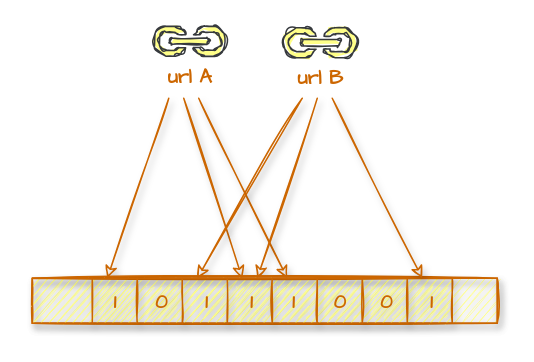
The draw.io diagram page "bloomfilter" (2 of 3) of res/design.drawio in vincent-scw/mysearchengine, before the edit. Source tidied: cells renumbered, new cells numbered last; positions are measured from the earlier drawing's top-left corner, leaving out a move shared by most shapes. Both pictures are drawn from the tidied source at 150%, with x=0, y=0 at pixel (32, 26).
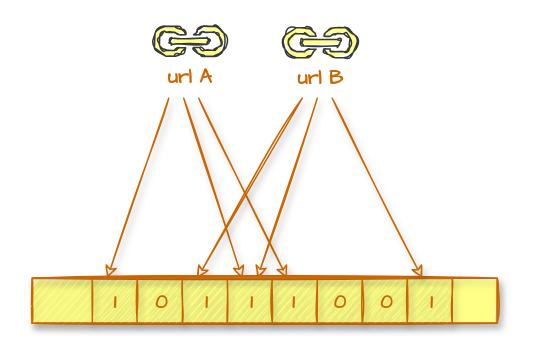
The same diagram, later.

Change to the diagram source:
```diff
@@
-    <mxCell id="7" style="group;shadow=1;sketch=1;fillColor=#ffff88;strokeColor=#CC6600;fontColor=#CC6600;fontStyle=1;fillStyle=auto;fontSize=13;" parent="1" vertex="1">
+    <mxCell id="7" style="group;shadow=1;sketch=1;fillColor=#ffff88;strokeColor=#CC6600;fontColor=#CC6600;fontStyle=1;fillStyle=solid;fontSize=13;" parent="1" vertex="1">
       <mxGeometry y="168" width="310" height="30" as="geometry" />
     </mxCell>
```
